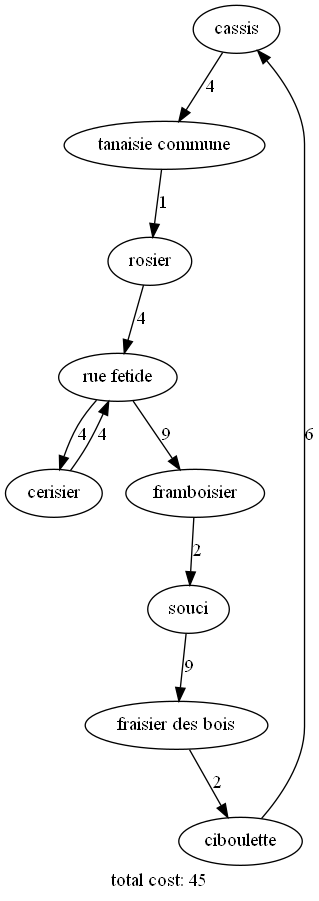
howdrox/Our-Garden keeps this Graphviz diagram as garden_v2.png. Above is the earlier version. Its source is kept beside it as garden_v2.dot.
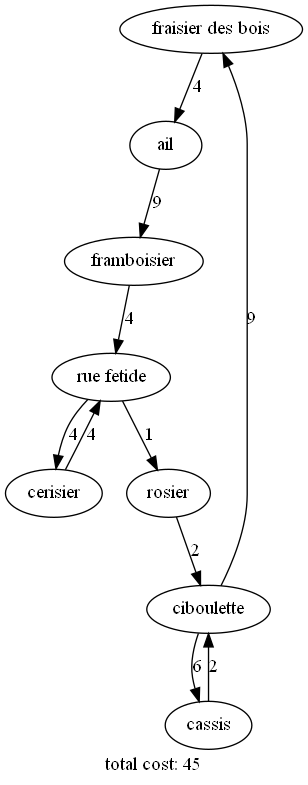
The same diagram one commit later.

Change to the diagram source:
```diff
@@ -1,13 +1,13 @@
 digraph {
-"cassis" -> "tanaisie commune" [label=4]
-"tanaisie commune" -> "rosier" [label=1]
-"rosier" -> "rue fetide" [label=4]
+"fraisier des bois" -> "ail" [label=4]
+"ail" -> "framboisier" [label=9]
+"framboisier" -> "rue fetide" [label=4]
 "rue fetide" -> "cerisier" [label=4]
 "cerisier" -> "rue fetide" [label=4]
-"rue fetide" -> "framboisier" [label=9]
-"framboisier" -> "souci" [label=2]
-"souci" -> "fraisier des bois" [label=9]
-"fraisier des bois" -> "ciboulette" [label=2]
+"rue fetide" -> "rosier" [label=1]
+"rosier" -> "ciboulette" [label=2]
 "ciboulette" -> "cassis" [label=6]
+"cassis" -> "ciboulette" [label=2]
+"ciboulette" -> "fraisier des bois" [label=9]
 label="total cost: 45"
 }
```
